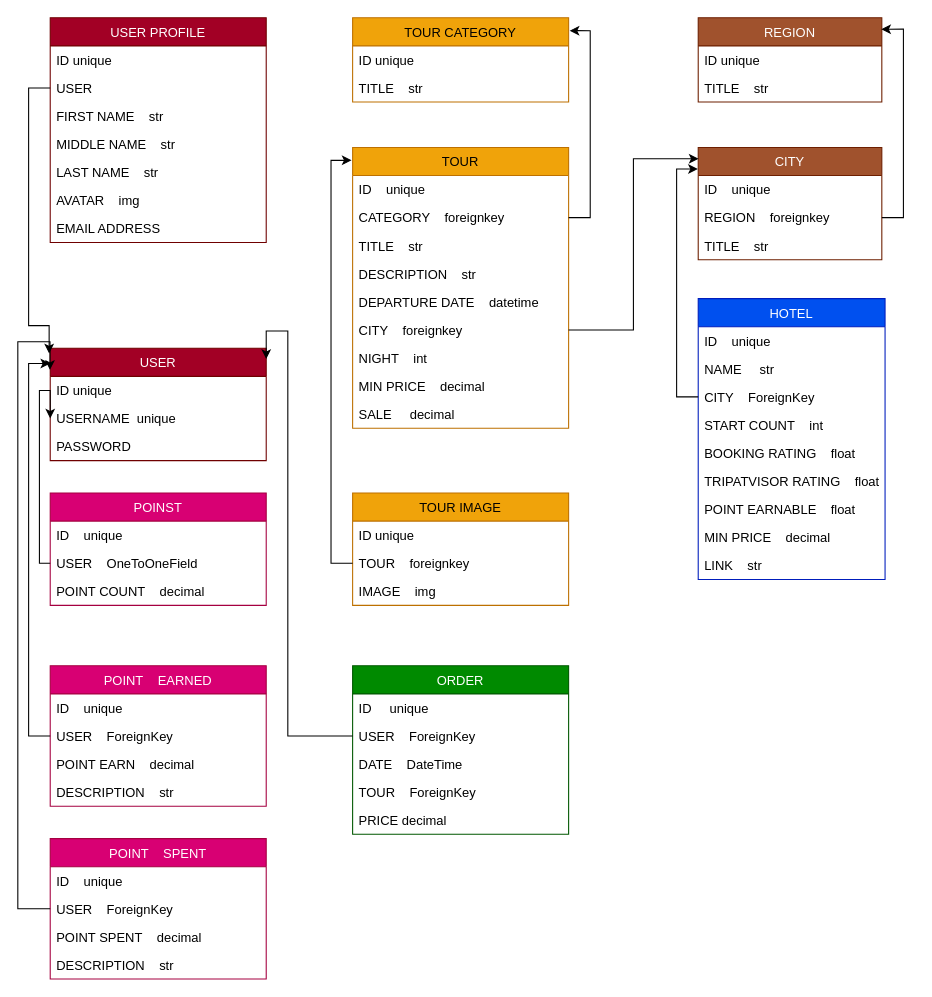
This is travel.drawio from yazkhanov93/travel, a draw.io file, before an edit. Source tidied: cells renumbered, new cells numbered last; positions are measured from the earlier drawing's top-left corner, leaving out a move shared by most shapes. Both pictures are drawn from the tidied source at 108%, with x=0, y=0 at pixel (6, 2).
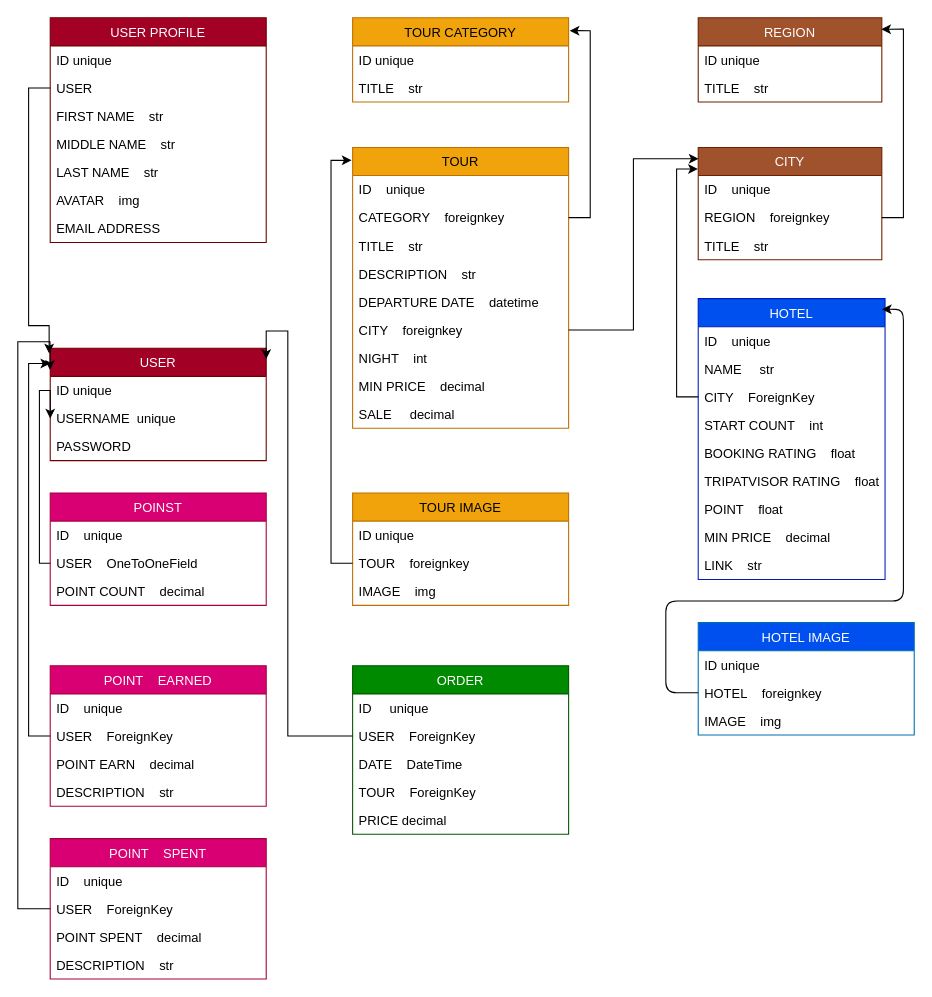
The same page after the edit.

Unchanged cells that the change refers to:
```xml
<mxCell id="14" value="HOTEL" style="swimlane;fontStyle=0;horizontal=1;startSize=26;fillColor=#0050ef;strokeColor=#001DBC;fontColor=#ffffff;" parent="1" vertex="1">
  <mxGeometry x="640" y="274" width="173" height="260" as="geometry" />
</mxCell>
```

Diff of the diagram source:
```diff
@@
-    <mxCell id="21" value="POINT EARNABLE    float" style="text;strokeColor=none;fillColor=none;align=left;verticalAlign=top;spacingLeft=4;spacingRight=4;overflow=hidden;" parent="14" vertex="1">
+    <mxCell id="21" value="POINT    float" style="text;strokeColor=none;fillColor=none;align=left;verticalAlign=top;spacingLeft=4;spacingRight=4;overflow=hidden;" parent="14" vertex="1">
       <mxGeometry y="182" width="173" height="26" as="geometry" />
     </mxCell>
@@
+    <mxCell id="78" value="HOTEL IMAGE" style="swimlane;fontStyle=0;horizontal=1;startSize=26;fillColor=#0050EF;strokeColor=#006EAF;fontColor=#ffffff;" parent="1" vertex="1">
+      <mxGeometry x="640" y="574" width="200" height="104" as="geometry" />
+    </mxCell>
+    <mxCell id="79" value="ID unique" style="text;align=left;verticalAlign=top;spacingLeft=4;spacingRight=4;overflow=hidden;" parent="78" vertex="1">
+      <mxGeometry y="26" width="200" height="26" as="geometry" />
+    </mxCell>
+    <mxCell id="80" value="HOTEL    foreignkey" style="text;strokeColor=none;fillColor=none;align=left;verticalAlign=top;spacingLeft=4;spacingRight=4;overflow=hidden;points=[[0,0.5],[1,0.5]];portConstraint=eastwest;" parent="78" vertex="1">
+      <mxGeometry y="52" width="200" height="26" as="geometry" />
+    </mxCell>
+    <mxCell id="81" value="IMAGE    img" style="text;strokeColor=none;fillColor=none;align=left;verticalAlign=top;spacingLeft=4;spacingRight=4;overflow=hidden;" parent="78" vertex="1">
+      <mxGeometry y="78" width="200" height="26" as="geometry" />
+    </mxCell>
+    <mxCell id="82" style="edgeStyle=none;html=1;exitX=0;exitY=0.5;exitDx=0;exitDy=0;entryX=0.983;entryY=0.038;entryDx=0;entryDy=0;entryPerimeter=0;" parent="1" edge="1" source="80" target="14">
+      <mxGeometry relative="1" as="geometry">
+        <Array as="points">
+          <mxPoint x="610" y="639" />
+          <mxPoint x="610" y="554" />
+          <mxPoint x="830" y="554" />
+          <mxPoint x="830" y="284" />
+        </Array>
+      </mxGeometry>
+    </mxCell>
```
